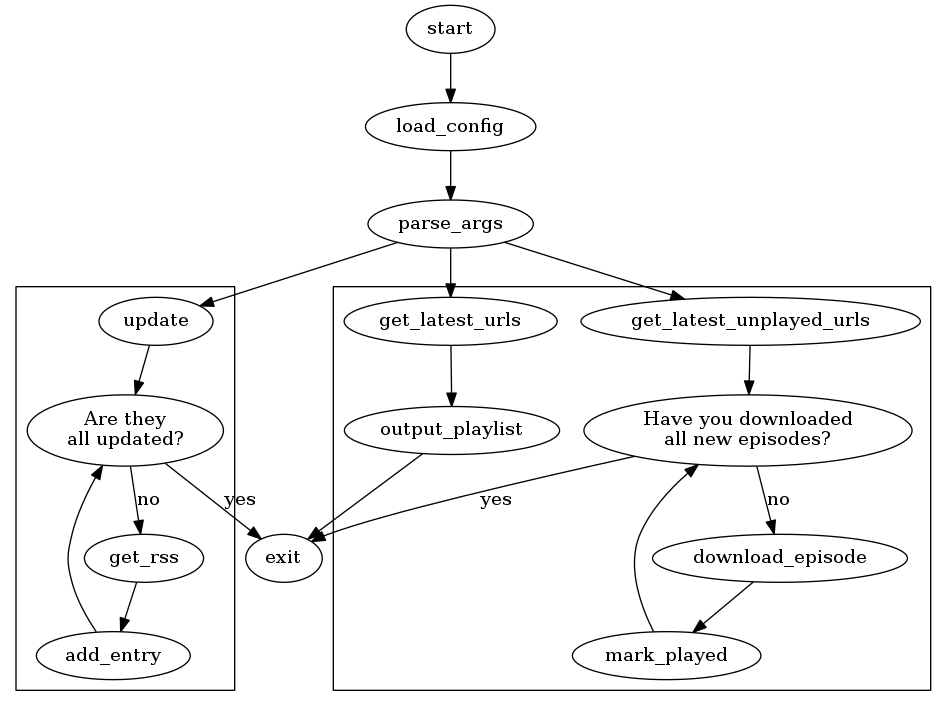
The Graphviz diagram flow.png in andrewc12/laughing-barnacle, before a commit. Its source is kept beside it as flow.dot.
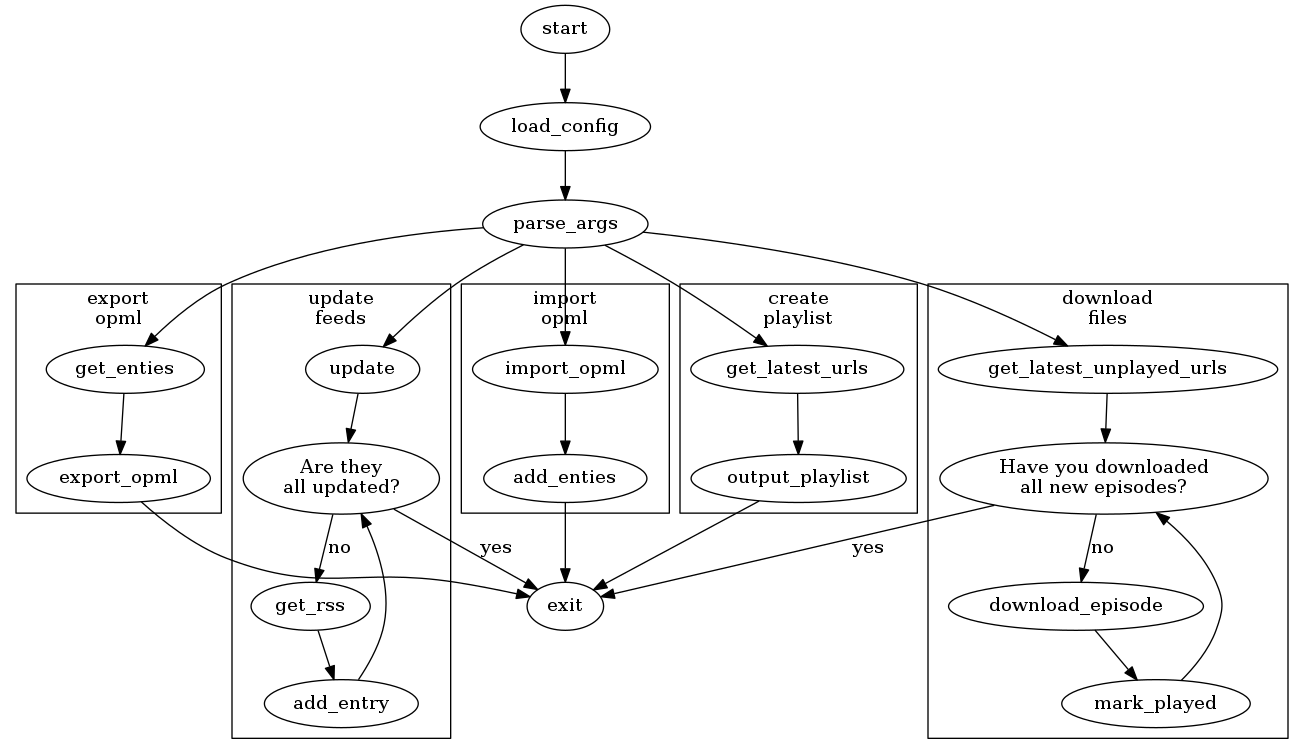
Later version of the same file.

Change to the diagram source:
```diff
@@ -6,6 +6,8 @@
 parse_args -> update;
 parse_args -> get_latest_unplayed_urls;
 parse_args -> get_latest_urls;
+parse_args -> import_opml;
+parse_args -> get_enties;
 
 subgraph cluster_0 {
 
@@ -16,6 +18,7 @@
     add_entry -> allupdated;
 
     allupdated[label="Are they\nall updated?"]
+    label = "update\nfeeds";
 }
 
 
@@ -25,13 +28,29 @@
     download_episode -> mark_played;
     mark_played -> loop;
 
-    get_latest_urls -> output_playlist;
+    loop[label="Have you downloaded\nall new episodes?"]
+    label = "download\nfiles";
+}
 
-    loop[label="Have you downloaded\nall new episodes?"]
+subgraph cluster_2 {
+import_opml -> add_enties;
+label = "import\nopml";
+}
 
+subgraph cluster_3 {
+get_enties -> export_opml;
+label = "export\nopml";
+}
 
+subgraph cluster_4 {
+get_latest_urls -> output_playlist;
+label = "create\nplaylist";
 }
+
 loop -> exit[label="yes"];
 output_playlist -> exit;
 allupdated -> exit[label="yes"];
+
+add_enties -> exit;
+export_opml -> exit;
 }
```
